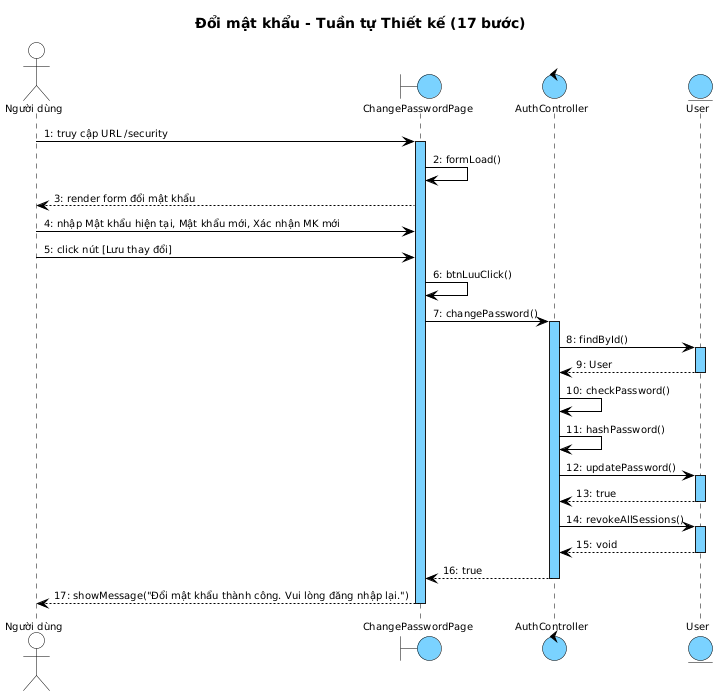
This is output/diagrams/account_seq_changepw_design.png from thanhtrnnn/cnpm, a PlantUML export, as it was before one commit.
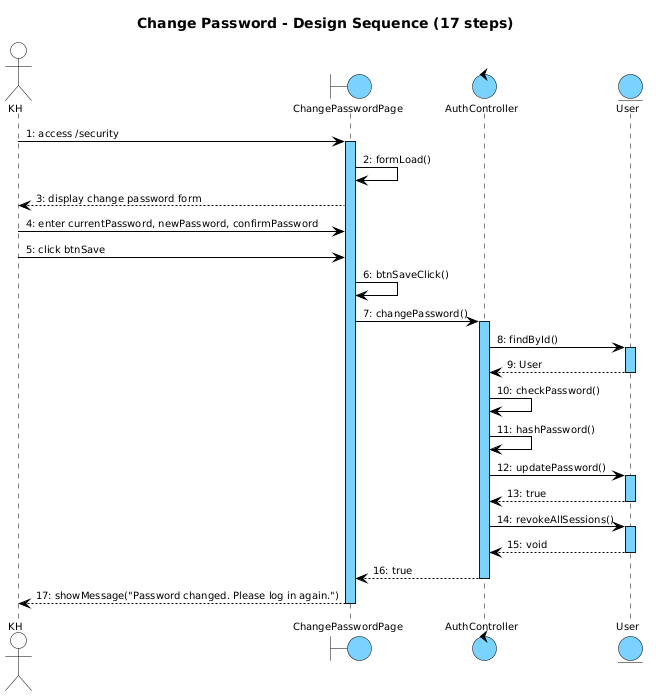
Later version of the same file.

Change to the diagram source:
```diff
@@ -1,10 +1,8 @@
 @startuml
 skinparam shadowing false
 skinparam SequenceMessageAlign left
-
 skinparam SequenceLifeLineBackgroundColor #7AD2FF
 skinparam SequenceLifeLineBorderColor #000000
-
 <style>
 sequenceDiagram {
   Shadowing 0
@@ -12,13 +10,11 @@
   FontName "Arial"
   FontSize 10
   FontColor #000000
-
   participant {
     BackgroundColor #7AD2FF
     LineColor #000000
     LineThickness 1
   }
-
   actor {
     BackgroundColor transparent
     LineColor #000000
@@ -35,12 +31,10 @@
     BackgroundColor #7AD2FF
     LineColor #000000
   }
-
   lifeline {
     LineColor #000000
     LineStyle 5-5
   }
-
   arrow {
     LineColor #000000
     LineThickness 1
@@ -48,20 +42,20 @@
   }
 }
 </style>
-title Đổi mật khẩu - Tuần tự Thiết kế (17 bước)
+title Change Password - Design Sequence (17 steps)
 
-actor "Người dùng" as User
+actor "KH" as KH
 boundary ChangePasswordPage as B1
 control AuthController as C1
 entity User as E1
 
-User -> B1 : 1: truy cập URL /security
+KH -> B1 : 1: access /security
 activate B1
 B1 -> B1 : 2: formLoad()
-B1 --> User : 3: render form đổi mật khẩu
-User -> B1 : 4: nhập Mật khẩu hiện tại, Mật khẩu mới, Xác nhận MK mới
-User -> B1 : 5: click nút [Lưu thay đổi]
-B1 -> B1 : 6: btnLuuClick()
+B1 --> KH : 3: display change password form
+KH -> B1 : 4: enter currentPassword, newPassword, confirmPassword
+KH -> B1 : 5: click btnSave
+B1 -> B1 : 6: btnSaveClick()
 B1 -> C1 : 7: changePassword()
 activate C1
 C1 -> E1 : 8: findById()
@@ -80,6 +74,6 @@
 deactivate E1
 C1 --> B1 : 16: true
 deactivate C1
-B1 --> User : 17: showMessage("Đổi mật khẩu thành công. Vui lòng đăng nhập lại.")
+B1 --> KH : 17: showMessage("Password changed. Please log in again.")
 deactivate B1
 @enduml
```
